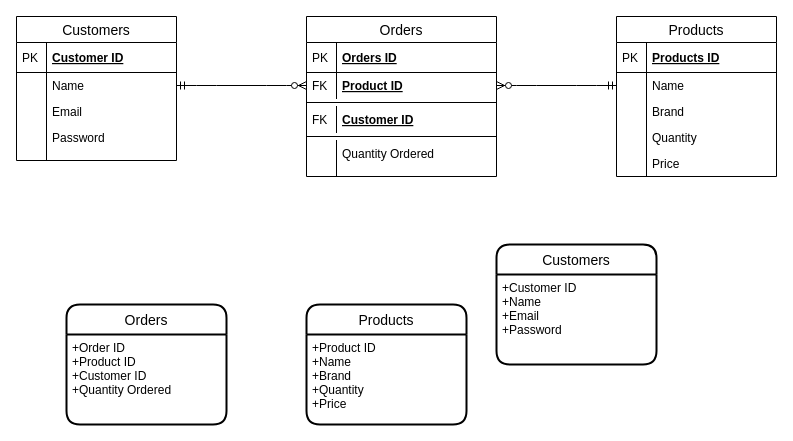
Above: ERD.drawio in Warsame95/inventory-management-system (draw.io), before the change. Source tidied: cells renumbered, new cells numbered last; positions are measured from the earlier drawing's top-left corner, leaving out a move shared by most shapes. Both pictures are drawn from the tidied source at 100%, with x=0, y=0 at pixel (16, 16).
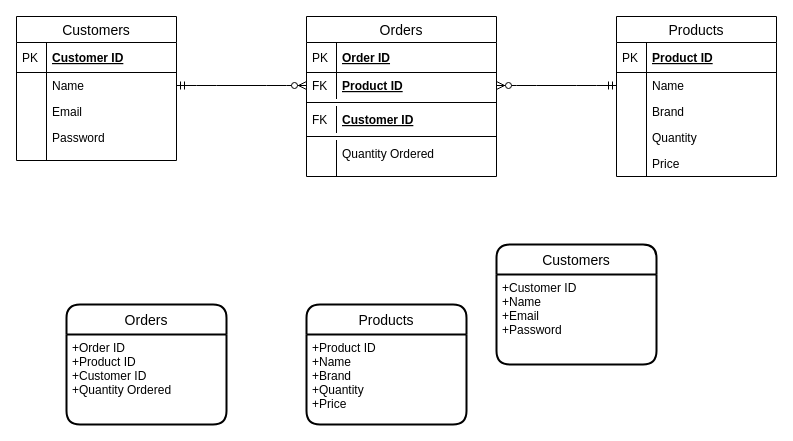
Above is the later version.

Unchanged cells that the change refers to:
```xml
<mxCell id="10" value="Orders" style="swimlane;fontStyle=0;horizontal=1;startSize=26;align=center;fontSize=14;" parent="1" vertex="1">
  <mxGeometry x="290" width="190" height="160" as="geometry" />
</mxCell>
<mxCell id="34" value="Products" style="swimlane;fontStyle=0;horizontal=1;startSize=26;align=center;fontSize=14;" parent="1" vertex="1">
  <mxGeometry x="600" width="160" height="160" as="geometry" />
</mxCell>
```

The edit, as a diff of the source:
```diff
@@
-    <mxCell id="11" value="Orders ID" style="shape=partialRectangle;top=0;left=0;right=0;bottom=1;align=left;verticalAlign=middle;fillColor=none;spacingLeft=34;spacingRight=4;overflow=hidden;fontStyle=5;fontSize=12;" parent="10" vertex="1">
+    <mxCell id="11" value="Order ID" style="shape=partialRectangle;top=0;left=0;right=0;bottom=1;align=left;verticalAlign=middle;fillColor=none;spacingLeft=34;spacingRight=4;overflow=hidden;fontStyle=5;fontSize=12;" parent="10" vertex="1">
       <mxGeometry y="26" width="190" height="30" as="geometry" />
     </mxCell>
@@
-    <mxCell id="35" value="Products ID" style="shape=partialRectangle;top=0;left=0;right=0;bottom=1;align=left;verticalAlign=middle;fillColor=none;spacingLeft=34;spacingRight=4;overflow=hidden;fontStyle=5;fontSize=12;" parent="34" vertex="1">
+    <mxCell id="35" value="Product ID" style="shape=partialRectangle;top=0;left=0;right=0;bottom=1;align=left;verticalAlign=middle;fillColor=none;spacingLeft=34;spacingRight=4;overflow=hidden;fontStyle=5;fontSize=12;" parent="34" vertex="1">
       <mxGeometry y="26" width="160" height="30" as="geometry" />
     </mxCell>
```
